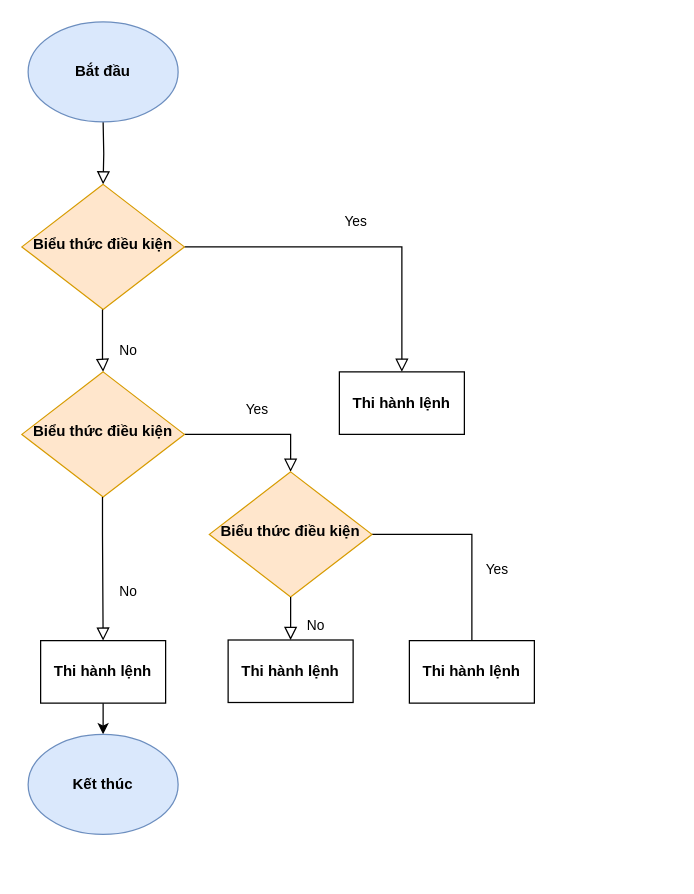
This is page "If else if" (3 of 3) of Flowcharts.drawio from Konan23/Basic-Flowcharts, a draw.io file, before an edit. Source tidied: cells renumbered, new cells numbered last; positions are measured from the earlier drawing's top-left corner, leaving out a move shared by most shapes. Both pictures are drawn from the tidied source at 125%, with x=0, y=0 at pixel (21, 21).
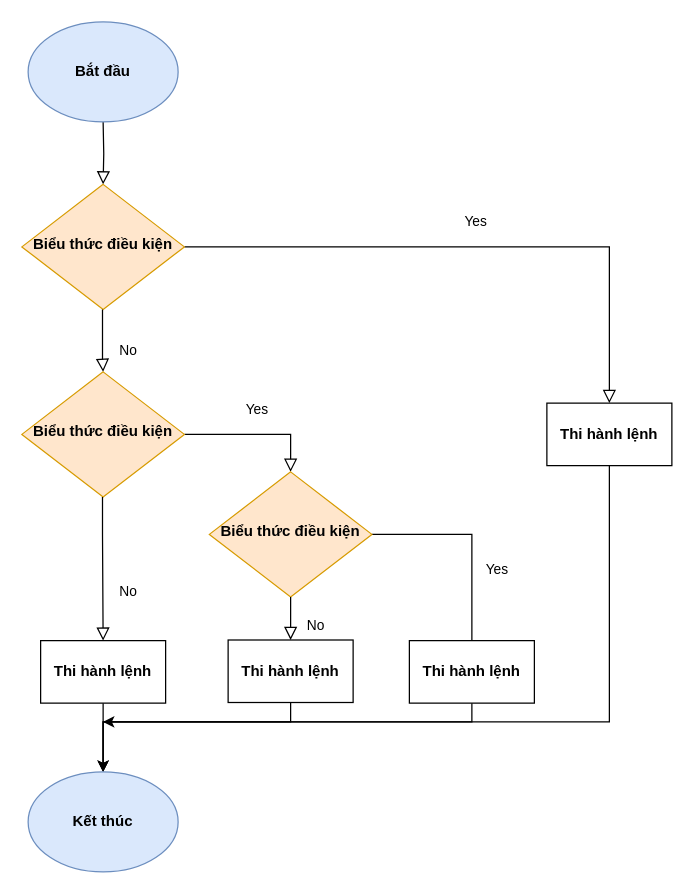
The same diagram, later.

The change refers to these unchanged cells:
```xml
<mxCell id="4" value="Biểu thức điều kiện" style="rhombus;whiteSpace=wrap;html=1;shadow=0;fontFamily=Montserrat;fontSize=12;align=center;strokeWidth=1;spacing=6;spacingTop=-4;fillColor=#ffe6cc;strokeColor=#d79b00;fontStyle=1;" parent="1" vertex="1">
  <mxGeometry y="130" width="130" height="100" as="geometry" />
</mxCell>
<mxCell id="10" value="Thi hành lệnh" style="rounded=0;whiteSpace=wrap;html=1;fontFamily=Montserrat;fontStyle=1;" parent="1" vertex="1">
  <mxGeometry x="15" y="495" width="100" height="50" as="geometry" />
</mxCell>
<mxCell id="14" value="Thi hành lệnh" style="rounded=0;whiteSpace=wrap;html=1;fontFamily=Montserrat;fontStyle=1;direction=west;" parent="1" vertex="1">
  <mxGeometry x="310" y="495" width="100" height="50" as="geometry" />
</mxCell>
<mxCell id="15" value="Thi hành lệnh" style="rounded=0;whiteSpace=wrap;html=1;fontFamily=Montserrat;fontStyle=1;" parent="1" vertex="1">
  <mxGeometry x="165" y="494.5" width="100" height="50" as="geometry" />
</mxCell>
```

Diff of the diagram source:
```diff
@@
     <mxCell id="3" value="Yes" style="rounded=0;html=1;jettySize=auto;fontSize=11;endArrow=block;endFill=0;endSize=8;strokeWidth=1;shadow=0;labelBackgroundColor=none;edgeStyle=orthogonalEdgeStyle;exitX=1;exitY=0.5;exitDx=0;exitDy=0;entryX=0.5;entryY=0;entryDx=0;entryDy=0;" parent="1" edge="1" source="4" target="16">
       <mxGeometry y="20" relative="1" as="geometry">
         <Array as="points">
-          <mxPoint x="304" y="180" />
+          <mxPoint x="470" y="180" />
         </Array>
       </mxGeometry>
     </mxCell>
@@
-    <mxCell id="9" style="edgeStyle=orthogonalEdgeStyle;rounded=0;jettySize=auto;html=1;entryX=0.5;entryY=0;entryDx=0;entryDy=0;" parent="1" edge="1" source="10">
-      <mxGeometry relative="1" as="geometry">
-        <mxPoint x="65" y="570" as="targetPoint" />
-      </mxGeometry>
+    <mxCell id="9" style="edgeStyle=orthogonalEdgeStyle;rounded=0;jettySize=auto;html=1;entryX=0.5;entryY=0;entryDx=0;entryDy=0;" parent="1" edge="1" source="10" target="18">
+      <mxGeometry relative="1" as="geometry" />
     </mxCell>
@@
+    <mxCell id="19" style="edgeStyle=orthogonalEdgeStyle;rounded=0;jettySize=auto;html=1;entryX=0.5;entryY=0;entryDx=0;entryDy=0;" parent="1" edge="1" source="14" target="18">
+      <mxGeometry relative="1" as="geometry">
+        <Array as="points">
+          <mxPoint x="360" y="560" />
+          <mxPoint x="65" y="560" />
+        </Array>
+      </mxGeometry>
+    </mxCell>
@@
+    <mxCell id="20" style="edgeStyle=orthogonalEdgeStyle;rounded=0;jettySize=auto;html=1;" parent="1" edge="1" source="15">
+      <mxGeometry relative="1" as="geometry">
+        <mxPoint x="65" y="560" as="targetPoint" />
+        <Array as="points">
+          <mxPoint x="215" y="560" />
+          <mxPoint x="65" y="560" />
+        </Array>
+      </mxGeometry>
+    </mxCell>
@@
+    <mxCell id="21" style="edgeStyle=orthogonalEdgeStyle;rounded=0;jettySize=auto;html=1;entryX=0.5;entryY=0;entryDx=0;entryDy=0;" parent="1" edge="1" source="16" target="18">
+      <mxGeometry relative="1" as="geometry">
+        <Array as="points">
+          <mxPoint x="470" y="560" />
+          <mxPoint x="65" y="560" />
+        </Array>
+      </mxGeometry>
+    </mxCell>
     <mxCell id="16" value="Thi hành lệnh" style="rounded=0;whiteSpace=wrap;html=1;fontFamily=Montserrat;fontStyle=1;" parent="1" vertex="1">
-      <mxGeometry x="254" y="280" width="100" height="50" as="geometry" />
+      <mxGeometry x="420" y="305" width="100" height="50" as="geometry" />
     </mxCell>
@@
     <mxCell id="18" value="Kết thúc" style="ellipse;whiteSpace=wrap;html=1;fontFamily=Montserrat;fontStyle=1;fillColor=#dae8fc;strokeColor=#6c8ebf;" parent="1" vertex="1">
-      <mxGeometry x="5" y="570" width="120" height="80" as="geometry" />
+      <mxGeometry x="5" y="600" width="120" height="80" as="geometry" />
     </mxCell>
```
